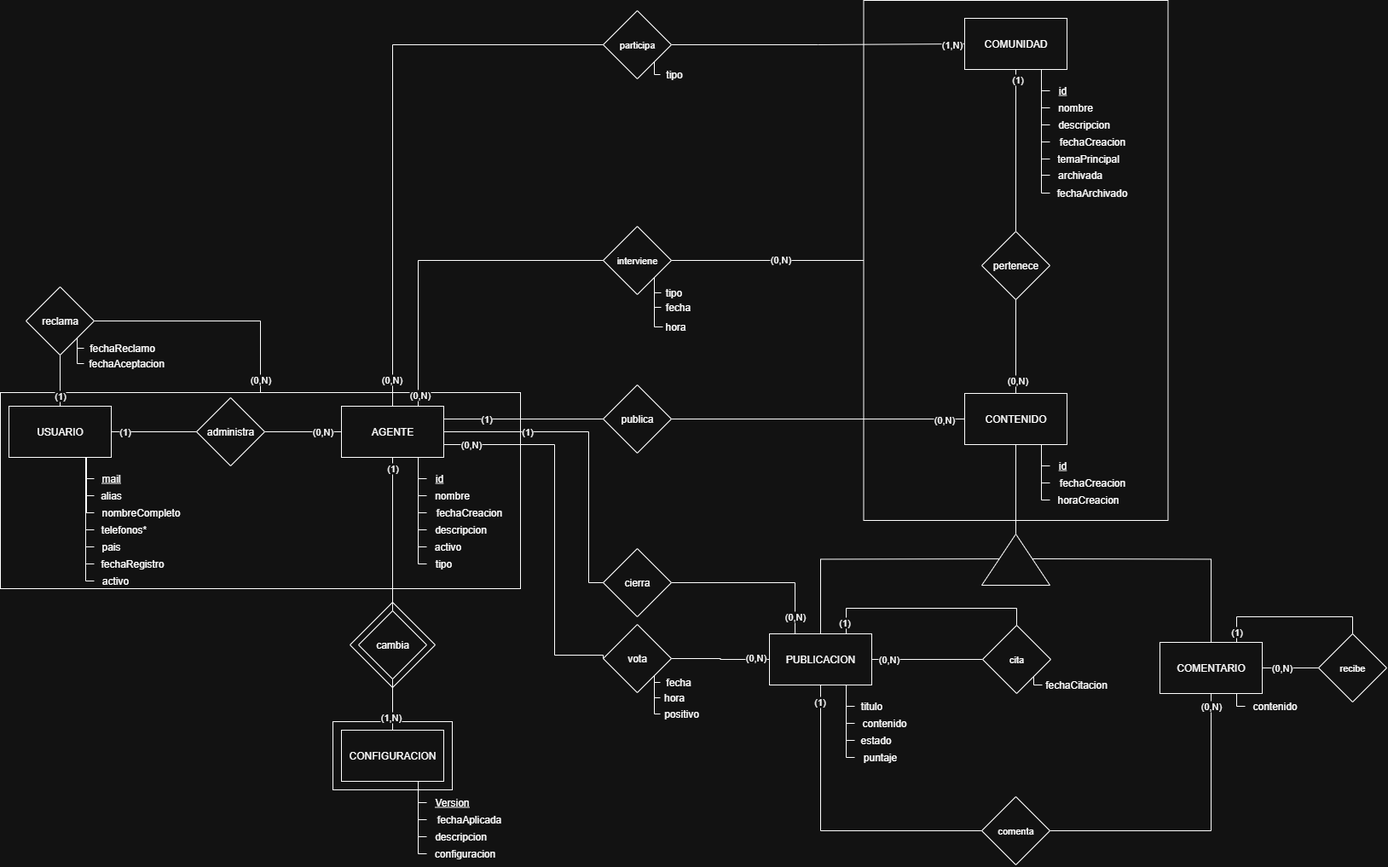
This is diagrams/MER.drawio.png from zequui/BaseDeDatos2_FacultadORT, a draw.io export, as it was before one commit. Source tidied: cells renumbered, new cells last; positions are measured from the earlier drawing's top-left corner, leaving out a move shared by most shapes.
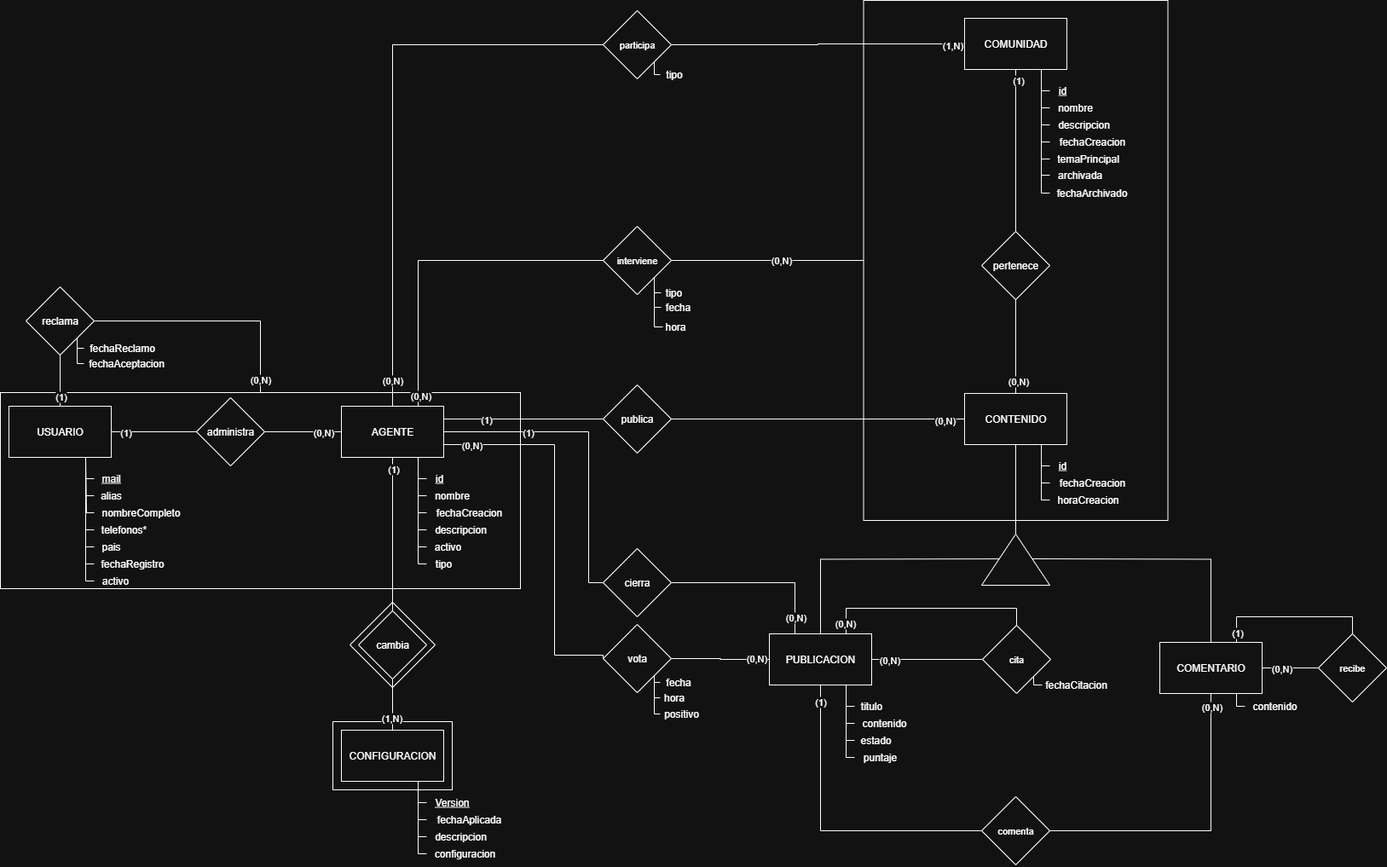
After the commit.

Commit message:
fix(ERD):Fix appointment relationship in ERD

Diff of the diagram source:
```diff
@@ -259,7 +259,7 @@
     <mxCell id="64" style="edgeStyle=orthogonalEdgeStyle;shape=connector;rounded=0;jettySize=auto;html=1;exitX=0.75;exitY=0;exitDx=0;exitDy=0;entryX=0.5;entryY=0;entryDx=0;entryDy=0;strokeColor=default;align=center;verticalAlign=middle;fontFamily=Helvetica;fontSize=11;fontColor=default;labelBackgroundColor=default;startArrow=none;startFill=0;endArrow=none;endFill=0;" parent="48" edge="1" source="50" target="61">
       <mxGeometry relative="1" as="geometry" />
     </mxCell>
-    <mxCell id="65" value="(1)" style="edgeLabel;html=1;align=center;verticalAlign=middle;fontFamily=Helvetica;fontSize=11;fontColor=default;labelBackgroundColor=default;" parent="64" vertex="1">
+    <mxCell id="65" value="(0,N)" style="edgeLabel;html=1;align=center;verticalAlign=middle;fontFamily=Helvetica;fontSize=11;fontColor=default;labelBackgroundColor=default;" parent="64" vertex="1">
       <mxGeometry x="-0.85" y="2" relative="1" as="geometry">
         <mxPoint y="6" as="offset" />
       </mxGeometry>
```
